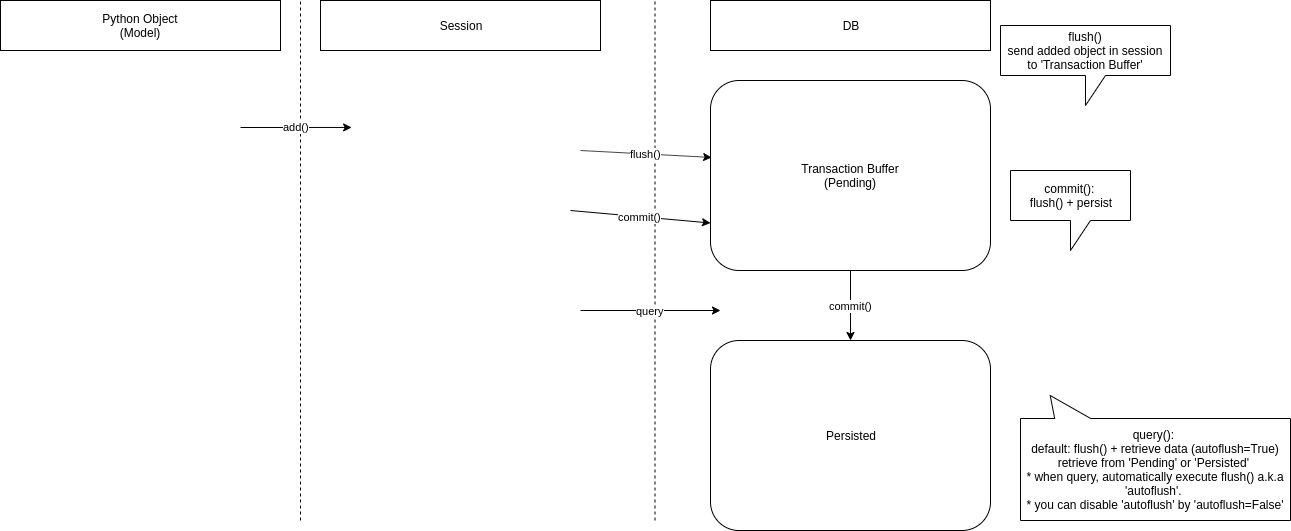
Above: SQLAlchemy_Session_Overview.PNG in stsiwo/python_concept (draw.io), before the change. Source tidied: cells renumbered, new cells last; positions are measured from the earlier drawing's top-left corner, leaving out a move shared by most shapes. Source of this version:
```xml
<mxGraphModel>
  <root>
    <mxCell id="0" />
    <mxCell id="1" parent="0" />
    <mxCell id="2" value="Python Object&lt;br&gt;(Model)" style="rounded=0;whiteSpace=wrap;html=1;" parent="1" vertex="1">
      <mxGeometry width="280" height="50" as="geometry" />
    </mxCell>
    <mxCell id="3" value="Session" style="rounded=0;whiteSpace=wrap;html=1;" parent="1" vertex="1">
      <mxGeometry x="320" width="280" height="50" as="geometry" />
    </mxCell>
    <mxCell id="4" value="DB" style="rounded=0;whiteSpace=wrap;html=1;" parent="1" vertex="1">
      <mxGeometry x="710" width="280" height="50" as="geometry" />
    </mxCell>
    <mxCell id="5" value="commit()" style="rounded=0;jettySize=auto;html=1;" parent="1" edge="1" source="6" target="7">
      <mxGeometry relative="1" as="geometry" />
    </mxCell>
    <mxCell id="6" value="Transaction Buffer&lt;br&gt;(Pending)" style="rounded=1;whiteSpace=wrap;html=1;" parent="1" vertex="1">
      <mxGeometry x="710" y="80" width="280" height="190" as="geometry" />
    </mxCell>
    <mxCell id="7" value="Persisted" style="rounded=1;whiteSpace=wrap;html=1;" parent="1" vertex="1">
      <mxGeometry x="710" y="340" width="280" height="190" as="geometry" />
    </mxCell>
    <mxCell id="8" style="endArrow=none;dashed=1;html=1;" parent="1" edge="1">
      <mxGeometry relative="1" as="geometry">
        <mxPoint x="300" y="520" as="sourcePoint" />
        <mxPoint x="300" as="targetPoint" />
      </mxGeometry>
    </mxCell>
    <mxCell id="9" style="endArrow=none;dashed=1;html=1;" parent="1" edge="1">
      <mxGeometry relative="1" as="geometry">
        <mxPoint x="654.5" y="520" as="sourcePoint" />
        <mxPoint x="654.5" as="targetPoint" />
      </mxGeometry>
    </mxCell>
    <mxCell id="10" value="flush()" style="endArrow=classic;html=1;entryX=0.004;entryY=0.405;entryDx=0;entryDy=0;entryPerimeter=0;" parent="1" edge="1" target="6">
      <mxGeometry relative="1" as="geometry">
        <mxPoint x="580" y="150" as="sourcePoint" />
      </mxGeometry>
    </mxCell>
    <mxCell id="11" value="commit()" style="rounded=0;jettySize=auto;html=1;entryX=0;entryY=0.75;entryDx=0;entryDy=0;" parent="1" edge="1" target="6">
      <mxGeometry relative="1" as="geometry">
        <mxPoint x="570" y="210" as="sourcePoint" />
      </mxGeometry>
    </mxCell>
    <mxCell id="12" value="query" style="rounded=0;orthogonalLoop=1;jettySize=auto;html=1;" parent="1" edge="1">
      <mxGeometry relative="1" as="geometry">
        <mxPoint x="580" y="310" as="sourcePoint" />
        <mxPoint x="720" y="310" as="targetPoint" />
      </mxGeometry>
    </mxCell>
    <mxCell id="13" value="commit():&amp;nbsp;&lt;br&gt;flush() + persist" style="shape=callout;whiteSpace=wrap;html=1;perimeter=calloutPerimeter;" parent="1" vertex="1">
      <mxGeometry x="1010" y="170" width="120" height="80" as="geometry" />
    </mxCell>
    <mxCell id="14" value="query():&amp;nbsp;&lt;br&gt;default: flush() + retrieve data (autoflush=True)&lt;br&gt;retrieve from 'Pending' or 'Persisted'&amp;nbsp;&lt;br&gt;* when query, automatically execute flush() a.k.a 'autoflush'.&amp;nbsp;&lt;br&gt;* you can disable 'autoflush' by 'autoflush=False'" style="shape=callout;whiteSpace=wrap;html=1;perimeter=calloutPerimeter;direction=west;position2=0.89;base=36;size=23;position=0.74;" parent="1" vertex="1">
      <mxGeometry x="1020" y="395" width="270" height="125" as="geometry" />
    </mxCell>
    <mxCell id="15" value="flush()&lt;br&gt;send added object in session to 'Transaction Buffer'" style="shape=callout;whiteSpace=wrap;html=1;perimeter=calloutPerimeter;" parent="1" vertex="1">
      <mxGeometry x="1000" y="25" width="170" height="80" as="geometry" />
    </mxCell>
    <mxCell id="16" value="add()" style="endArrow=classic;html=1;entryX=0.004;entryY=0.405;entryDx=0;entryDy=0;entryPerimeter=0;" parent="1" edge="1">
      <mxGeometry relative="1" as="geometry">
        <mxPoint x="240" y="127" as="sourcePoint" />
        <mxPoint x="351.1" y="127" as="targetPoint" />
      </mxGeometry>
    </mxCell>
  </root>
</mxGraphModel>
```
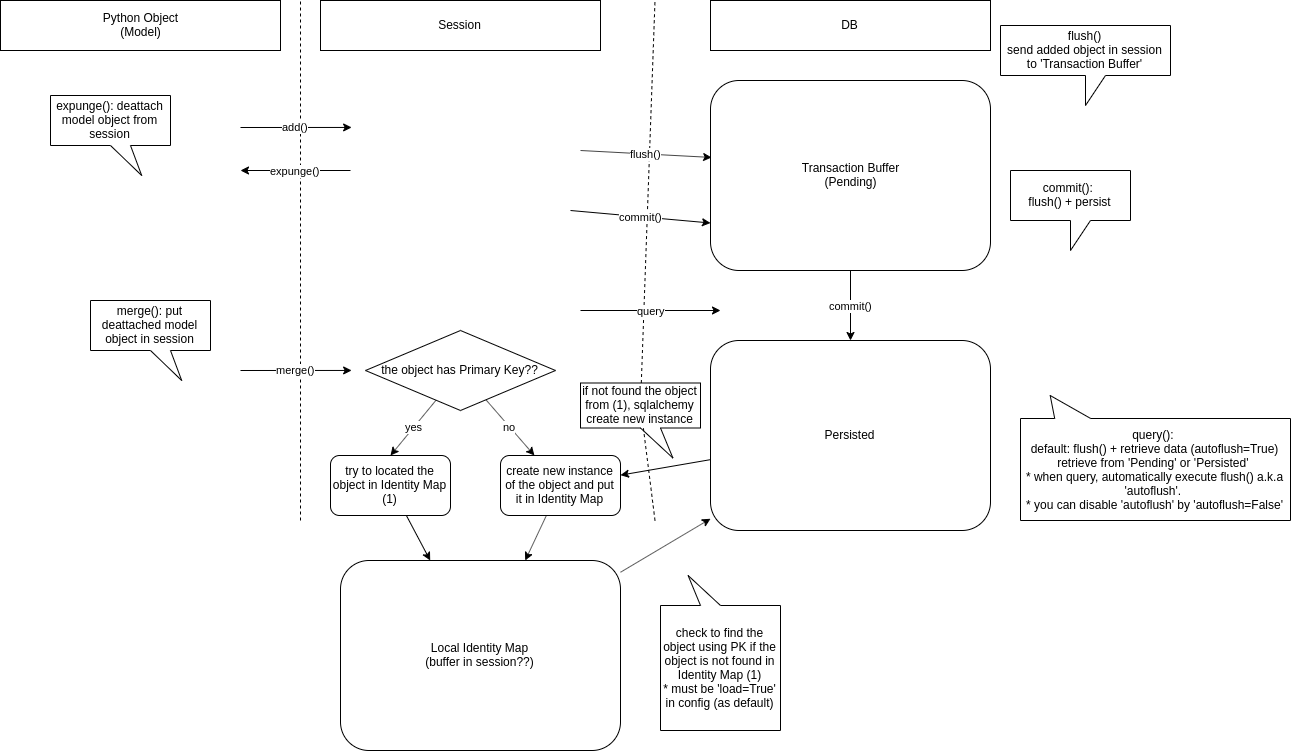
After the change.

The edit, as a diff of the source:
```diff
@@ -17,6 +17,9 @@
     <mxCell id="6" value="Transaction Buffer&lt;br&gt;(Pending)" style="rounded=1;whiteSpace=wrap;html=1;" parent="1" vertex="1">
       <mxGeometry x="710" y="80" width="280" height="190" as="geometry" />
     </mxCell>
+    <mxCell id="17" style="edgeStyle=none;rounded=0;jettySize=auto;html=1;" parent="1" edge="1" source="7" target="30">
+      <mxGeometry relative="1" as="geometry" />
+    </mxCell>
     <mxCell id="7" value="Persisted" style="rounded=1;whiteSpace=wrap;html=1;" parent="1" vertex="1">
       <mxGeometry x="710" y="340" width="280" height="190" as="geometry" />
     </mxCell>
@@ -26,9 +29,8 @@
         <mxPoint x="300" as="targetPoint" />
       </mxGeometry>
     </mxCell>
-    <mxCell id="9" style="endArrow=none;dashed=1;html=1;" parent="1" edge="1">
+    <mxCell id="9" style="endArrow=none;dashed=1;html=1;" parent="1" edge="1" source="32">
       <mxGeometry relative="1" as="geometry">
-        <mxPoint x="654.5" y="520" as="sourcePoint" />
         <mxPoint x="654.5" as="targetPoint" />
       </mxGeometry>
     </mxCell>
@@ -63,5 +65,61 @@
         <mxPoint x="351.1" y="127" as="targetPoint" />
       </mxGeometry>
     </mxCell>
+    <mxCell id="18" value="merge()" style="endArrow=classic;html=1;entryX=0.004;entryY=0.405;entryDx=0;entryDy=0;entryPerimeter=0;" parent="1" edge="1">
+      <mxGeometry relative="1" as="geometry">
+        <mxPoint x="240" y="370" as="sourcePoint" />
+        <mxPoint x="351.1" y="370" as="targetPoint" />
+      </mxGeometry>
+    </mxCell>
+    <mxCell id="19" value="expunge()" style="endArrow=classic;html=1;" parent="1" edge="1">
+      <mxGeometry relative="1" as="geometry">
+        <mxPoint x="350" y="170" as="sourcePoint" />
+        <mxPoint x="240" y="170" as="targetPoint" />
+      </mxGeometry>
+    </mxCell>
+    <mxCell id="20" value="expunge(): deattach model object from session" style="shape=callout;whiteSpace=wrap;html=1;perimeter=calloutPerimeter;position2=0.76;" parent="1" vertex="1">
+      <mxGeometry x="50" y="95" width="120" height="80" as="geometry" />
+    </mxCell>
+    <mxCell id="21" value="merge(): put deattached model object in session" style="shape=callout;whiteSpace=wrap;html=1;perimeter=calloutPerimeter;position2=0.76;" parent="1" vertex="1">
+      <mxGeometry x="90" y="300" width="120" height="80" as="geometry" />
+    </mxCell>
+    <mxCell id="22" value="yes" style="rounded=0;jettySize=auto;html=1;entryX=0.5;entryY=0;entryDx=0;entryDy=0;" parent="1" edge="1" source="24" target="28">
+      <mxGeometry relative="1" as="geometry" />
+    </mxCell>
+    <mxCell id="23" value="no" style="edgeStyle=none;rounded=0;jettySize=auto;html=1;" parent="1" edge="1" source="24" target="30">
+      <mxGeometry relative="1" as="geometry" />
+    </mxCell>
+    <mxCell id="24" value="the object has Primary Key??" style="rhombus;whiteSpace=wrap;html=1;" parent="1" vertex="1">
+      <mxGeometry x="365" y="330" width="190" height="80" as="geometry" />
+    </mxCell>
+    <mxCell id="25" style="edgeStyle=none;rounded=0;jettySize=auto;html=1;" parent="1" edge="1" source="26" target="7">
+      <mxGeometry relative="1" as="geometry" />
+    </mxCell>
+    <mxCell id="26" value="Local Identity Map&lt;br&gt;(buffer in session??)" style="rounded=1;whiteSpace=wrap;html=1;" parent="1" vertex="1">
+      <mxGeometry x="340" y="560" width="280" height="190" as="geometry" />
+    </mxCell>
+    <mxCell id="27" style="edgeStyle=none;rounded=0;jettySize=auto;html=1;" parent="1" edge="1" source="28" target="26">
+      <mxGeometry relative="1" as="geometry" />
+    </mxCell>
+    <mxCell id="28" value="try to located the object in Identity Map&lt;br&gt;(1)" style="rounded=1;whiteSpace=wrap;html=1;" parent="1" vertex="1">
+      <mxGeometry x="330" y="455" width="120" height="60" as="geometry" />
+    </mxCell>
+    <mxCell id="29" style="edgeStyle=none;rounded=0;jettySize=auto;html=1;" parent="1" edge="1" source="30" target="26">
+      <mxGeometry relative="1" as="geometry" />
+    </mxCell>
+    <mxCell id="30" value="create new instance of the object and put it in Identity Map" style="rounded=1;whiteSpace=wrap;html=1;" parent="1" vertex="1">
+      <mxGeometry x="500" y="455" width="120" height="60" as="geometry" />
+    </mxCell>
+    <mxCell id="31" value="check to find the object using PK if the object is not found in Identity Map (1)&lt;br&gt;* must be 'load=True' in config (as default)" style="shape=callout;whiteSpace=wrap;html=1;perimeter=calloutPerimeter;direction=west;position2=0.77;" parent="1" vertex="1">
+      <mxGeometry x="660" y="575" width="120" height="155" as="geometry" />
+    </mxCell>
+    <mxCell id="32" value="if not found the object from (1), sqlalchemy create new instance" style="shape=callout;whiteSpace=wrap;html=1;perimeter=calloutPerimeter;direction=east;position2=0.77;" parent="1" vertex="1">
+      <mxGeometry x="580" y="382.5" width="120" height="75" as="geometry" />
+    </mxCell>
+    <mxCell id="33" style="endArrow=none;dashed=1;html=1;" parent="1" edge="1" target="32">
+      <mxGeometry relative="1" as="geometry">
+        <mxPoint x="654.5" y="520" as="sourcePoint" />
+      </mxGeometry>
+    </mxCell>
   </root>
 </mxGraphModel>
```
